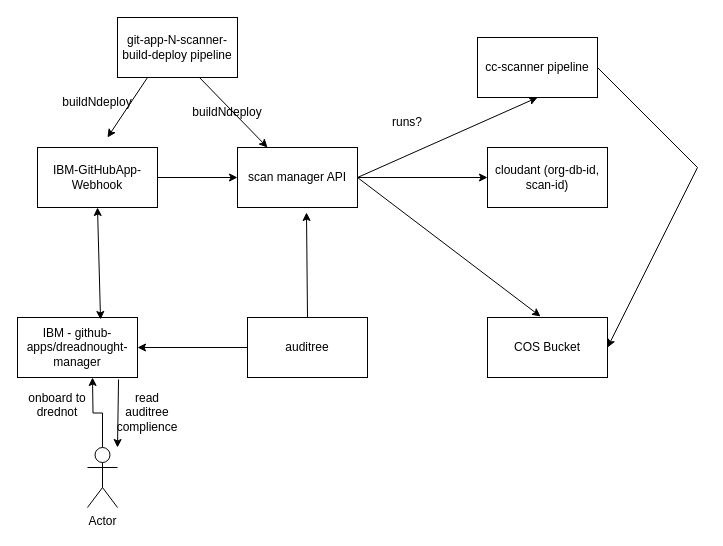
The draw.io diagram Untitled Diagram.drawio in pandu-test-org/pandu-test-repo, before the edit. Source tidied: cells renumbered, new cells numbered last; positions are measured from the earlier drawing's top-left corner, leaving out a move shared by most shapes. Both pictures are drawn from the tidied source at 100%, with x=0, y=0 at pixel (17, 17).
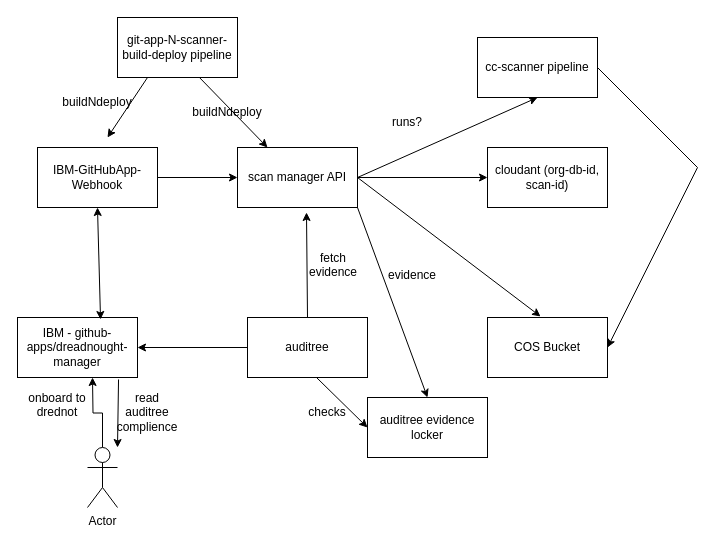
The same page after the edit.

Unchanged cells that the change refers to:
```xml
<mxCell id="3" value="scan manager API" style="whiteSpace=wrap;html=1;" parent="1" vertex="1">
  <mxGeometry x="220" y="130" width="120" height="60" as="geometry" />
</mxCell>
<mxCell id="19" value="auditree" style="rounded=0;whiteSpace=wrap;html=1;" parent="1" vertex="1">
  <mxGeometry x="230" y="300" width="120" height="60" as="geometry" />
</mxCell>
```

What changed in the source:
```diff
@@
+    <mxCell id="29" value="&lt;div&gt;fetch evidence&lt;/div&gt;&lt;div&gt;&lt;br&gt;&lt;/div&gt;" style="text;html=1;strokeColor=none;fillColor=none;align=center;verticalAlign=middle;whiteSpace=wrap;rounded=0;" parent="1" vertex="1">
+      <mxGeometry x="286" y="240" width="60" height="30" as="geometry" />
+    </mxCell>
+    <mxCell id="30" style="endArrow=classic;html=1;rounded=0;exitX=1;exitY=1;exitDx=0;exitDy=0;" parent="1" edge="1" source="3">
+      <mxGeometry relative="1" as="geometry">
+        <mxPoint x="410" y="380" as="targetPoint" />
+      </mxGeometry>
+    </mxCell>
+    <mxCell id="31" value="&lt;div&gt;auditree evidence locker&lt;/div&gt;" style="rounded=0;whiteSpace=wrap;html=1;" parent="1" vertex="1">
+      <mxGeometry x="350" y="380" width="120" height="60" as="geometry" />
+    </mxCell>
+    <mxCell id="32" value="&lt;div&gt;evidence&lt;/div&gt;&lt;div&gt;&lt;br&gt;&lt;/div&gt;" style="text;html=1;strokeColor=none;fillColor=none;align=center;verticalAlign=middle;whiteSpace=wrap;rounded=0;" parent="1" vertex="1">
+      <mxGeometry x="365" y="250" width="60" height="30" as="geometry" />
+    </mxCell>
+    <mxCell id="33" style="endArrow=classic;html=1;rounded=0;exitX=0.575;exitY=1;exitDx=0;exitDy=0;exitPerimeter=0;entryX=0;entryY=0.5;entryDx=0;entryDy=0;" parent="1" edge="1" source="19" target="31">
+      <mxGeometry relative="1" as="geometry" />
+    </mxCell>
+    <mxCell id="34" value="&lt;div&gt;checks&lt;/div&gt;" style="text;html=1;strokeColor=none;fillColor=none;align=center;verticalAlign=middle;whiteSpace=wrap;rounded=0;" parent="1" vertex="1">
+      <mxGeometry x="280" y="380" width="60" height="30" as="geometry" />
+    </mxCell>
```
